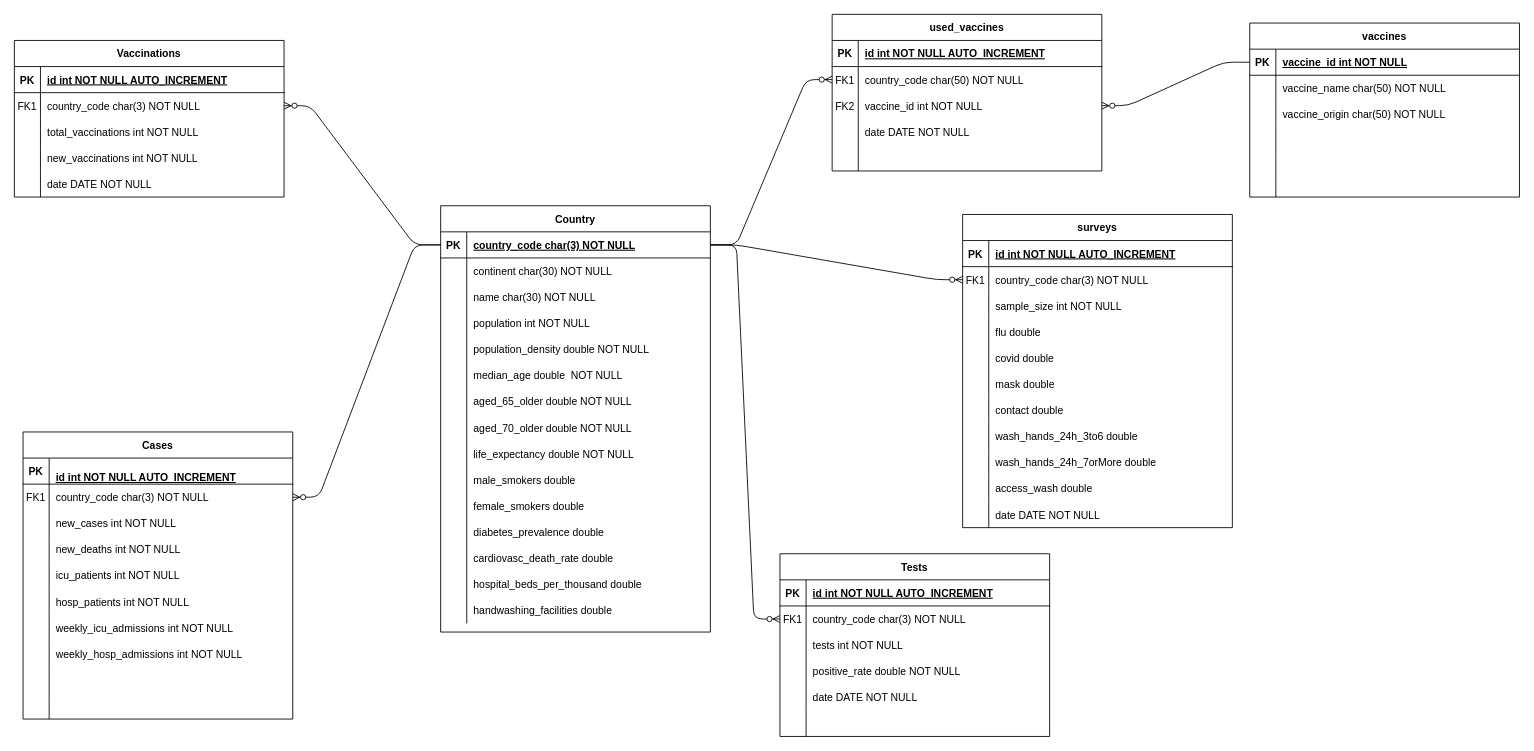
Before: bda/Untitled Diagram.drawio in elhadjhamlaoui/bda, a draw.io diagram. Source tidied: cells renumbered, new cells numbered last; positions are measured from the earlier drawing's top-left corner, leaving out a move shared by most shapes. Both pictures are drawn from the tidied source at 87%, with x=0, y=0 at pixel (14, 14).
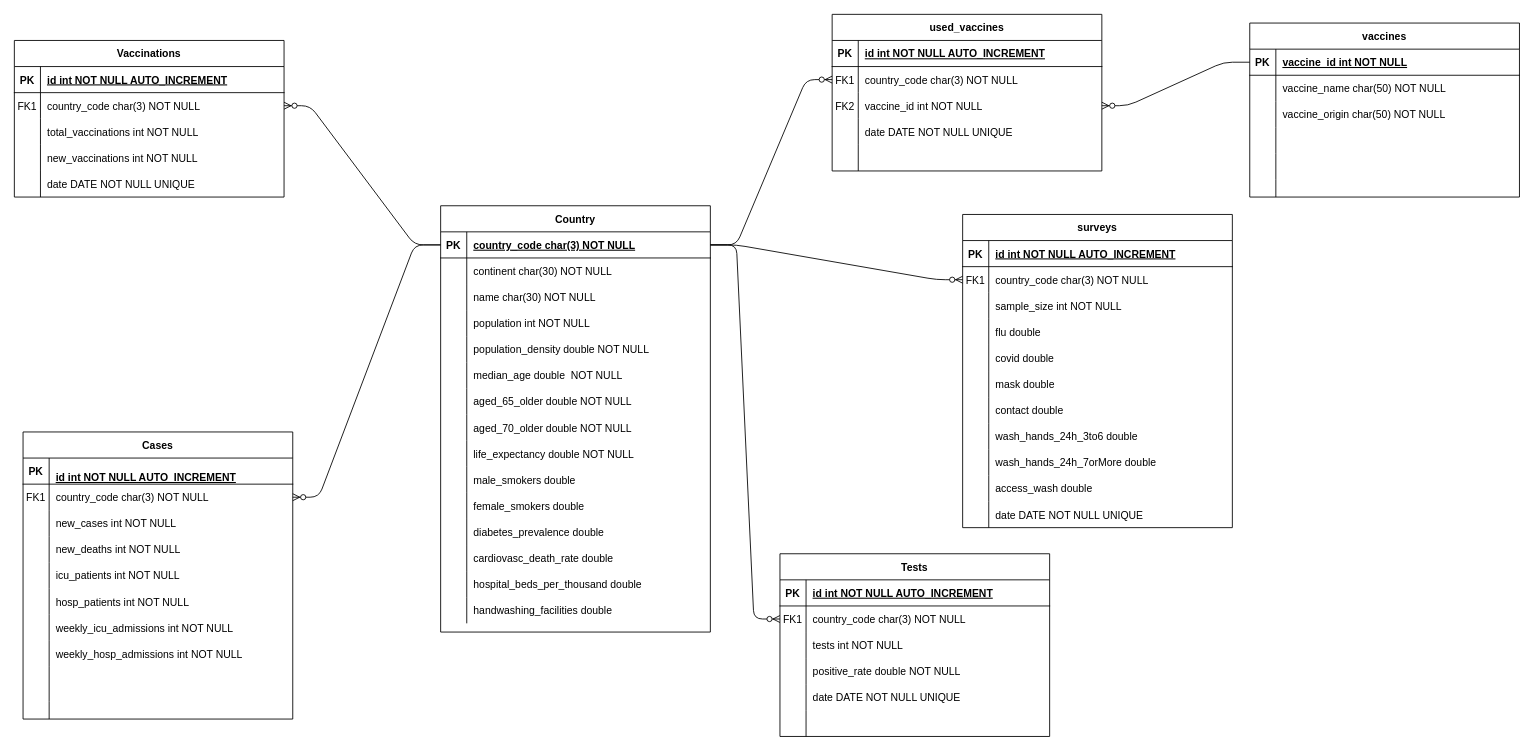
Above is the later version.

Unchanged cells that the change refers to:
```xml
<mxCell id="92" style="shape=partialRectangle;fillColor=none;top=0;left=0;bottom=0;right=0;" parent="79" vertex="1">
  <mxGeometry y="150" width="310" height="30" as="geometry" />
</mxCell>
<mxCell id="111" style="shape=partialRectangle;fillColor=none;top=0;left=0;bottom=0;right=0;" parent="98" vertex="1">
  <mxGeometry y="150" width="310" height="30" as="geometry" />
</mxCell>
<mxCell id="118" style="shape=partialRectangle;fillColor=none;top=0;left=0;bottom=0;right=0;points=[[0,0.5],[1,0.5]];portConstraint=eastwest;" parent="114" vertex="1">
  <mxGeometry y="60" width="310" height="30" as="geometry" />
</mxCell>
<mxCell id="124" style="shape=partialRectangle;fillColor=none;top=0;left=0;bottom=0;right=0;" parent="114" vertex="1">
  <mxGeometry y="120" width="310" height="30" as="geometry" />
</mxCell>
<mxCell id="185" style="shape=partialRectangle;fillColor=none;top=0;left=0;bottom=0;right=0;" parent="154" vertex="1">
  <mxGeometry y="330" width="310" height="30" as="geometry" />
</mxCell>
```

What changed in the source:
```diff
@@
-    <mxCell id="94" value="date DATE NOT NULL" style="shape=partialRectangle;fillColor=none;top=0;left=0;bottom=0;right=0;align=left;spacingLeft=6;overflow=hidden;" parent="92" vertex="1">
+    <mxCell id="94" value="date DATE NOT NULL UNIQUE" style="shape=partialRectangle;fillColor=none;top=0;left=0;bottom=0;right=0;align=left;spacingLeft=6;overflow=hidden;" parent="92" vertex="1">
       <mxGeometry x="30" width="280" height="30" as="geometry" />
     </mxCell>
@@
-    <mxCell id="113" value="date DATE NOT NULL" style="shape=partialRectangle;fillColor=none;top=0;left=0;bottom=0;right=0;align=left;spacingLeft=6;overflow=hidden;" parent="111" vertex="1">
+    <mxCell id="113" value="date DATE NOT NULL UNIQUE" style="shape=partialRectangle;fillColor=none;top=0;left=0;bottom=0;right=0;align=left;spacingLeft=6;overflow=hidden;" parent="111" vertex="1">
       <mxGeometry x="30" width="280" height="30" as="geometry" />
     </mxCell>
@@
-    <mxCell id="120" value="country_code char(50) NOT NULL" style="shape=partialRectangle;fillColor=none;top=0;left=0;bottom=0;right=0;align=left;spacingLeft=6;overflow=hidden;" parent="118" vertex="1">
+    <mxCell id="120" value="country_code char(3) NOT NULL" style="shape=partialRectangle;fillColor=none;top=0;left=0;bottom=0;right=0;align=left;spacingLeft=6;overflow=hidden;" parent="118" vertex="1">
       <mxGeometry x="30" width="280" height="30" as="geometry" />
     </mxCell>
@@
-    <mxCell id="126" value="date DATE NOT NULL" style="shape=partialRectangle;fillColor=none;top=0;left=0;bottom=0;right=0;align=left;spacingLeft=6;overflow=hidden;" parent="124" vertex="1">
+    <mxCell id="126" value="date DATE NOT NULL UNIQUE" style="shape=partialRectangle;fillColor=none;top=0;left=0;bottom=0;right=0;align=left;spacingLeft=6;overflow=hidden;" parent="124" vertex="1">
       <mxGeometry x="30" width="280" height="30" as="geometry" />
     </mxCell>
@@
-    <mxCell id="187" value="date DATE NOT NULL" style="shape=partialRectangle;fillColor=none;top=0;left=0;bottom=0;right=0;align=left;spacingLeft=6;overflow=hidden;" parent="185" vertex="1">
+    <mxCell id="187" value="date DATE NOT NULL UNIQUE" style="shape=partialRectangle;fillColor=none;top=0;left=0;bottom=0;right=0;align=left;spacingLeft=6;overflow=hidden;" parent="185" vertex="1">
       <mxGeometry x="30" width="280" height="30" as="geometry" />
     </mxCell>
```
